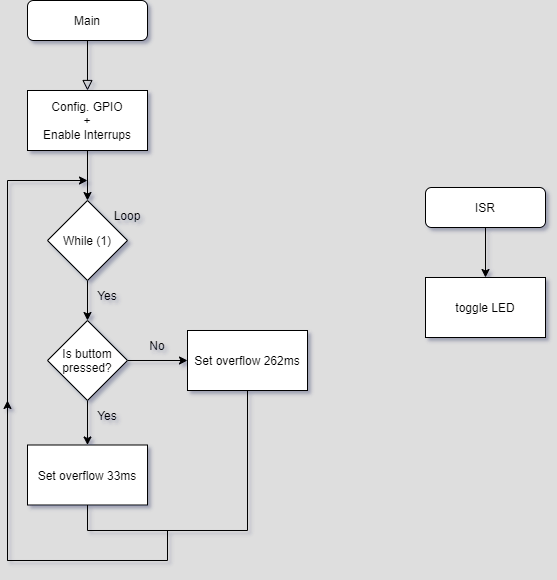
Above: Labs/04-interrupts/FlowchartUnai.png in UTAN25/Digital-electronics-2 (draw.io), before the change. Source tidied: cells renumbered, new cells last; positions are measured from the earlier drawing's top-left corner, leaving out a move shared by most shapes.
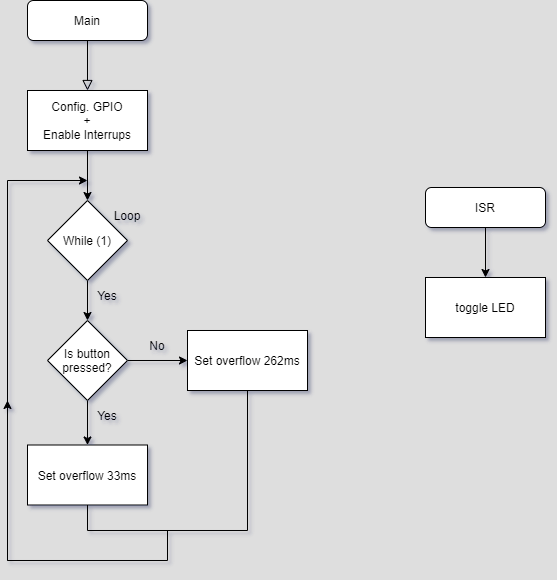
The same diagram one commit later.

Change to the diagram source:
```diff
@@ -37,7 +37,7 @@
     <mxCell id="12" style="edgeStyle=orthogonalEdgeStyle;rounded=0;jettySize=auto;html=1;" parent="1" edge="1" source="13" target="15">
       <mxGeometry relative="1" as="geometry" />
     </mxCell>
-    <mxCell id="13" value="Is buttom&lt;br&gt;pressed?" style="rhombus;whiteSpace=wrap;html=1;" parent="1" vertex="1">
+    <mxCell id="13" value="Is button&lt;br&gt;pressed?" style="rhombus;whiteSpace=wrap;html=1;" parent="1" vertex="1">
       <mxGeometry x="40" y="320" width="80" height="80" as="geometry" />
     </mxCell>
     <mxCell id="14" value="Set overflow 33ms" style="whiteSpace=wrap;html=1;" parent="1" vertex="1">
```
